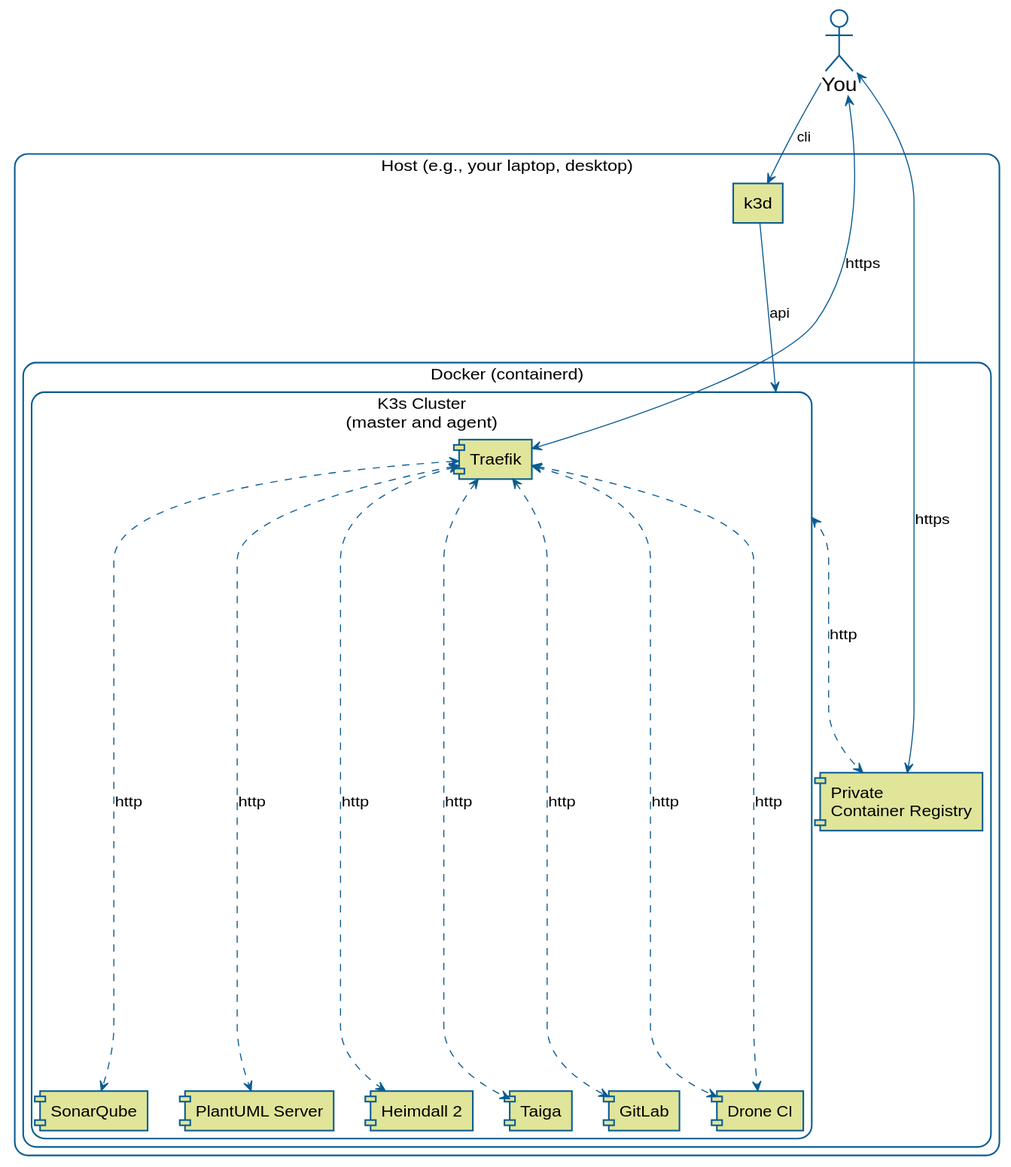
Before: diagrams/deployment.svg, a diagram exported from PlantUML (nemonik/hands-on-DevOps-gen2).
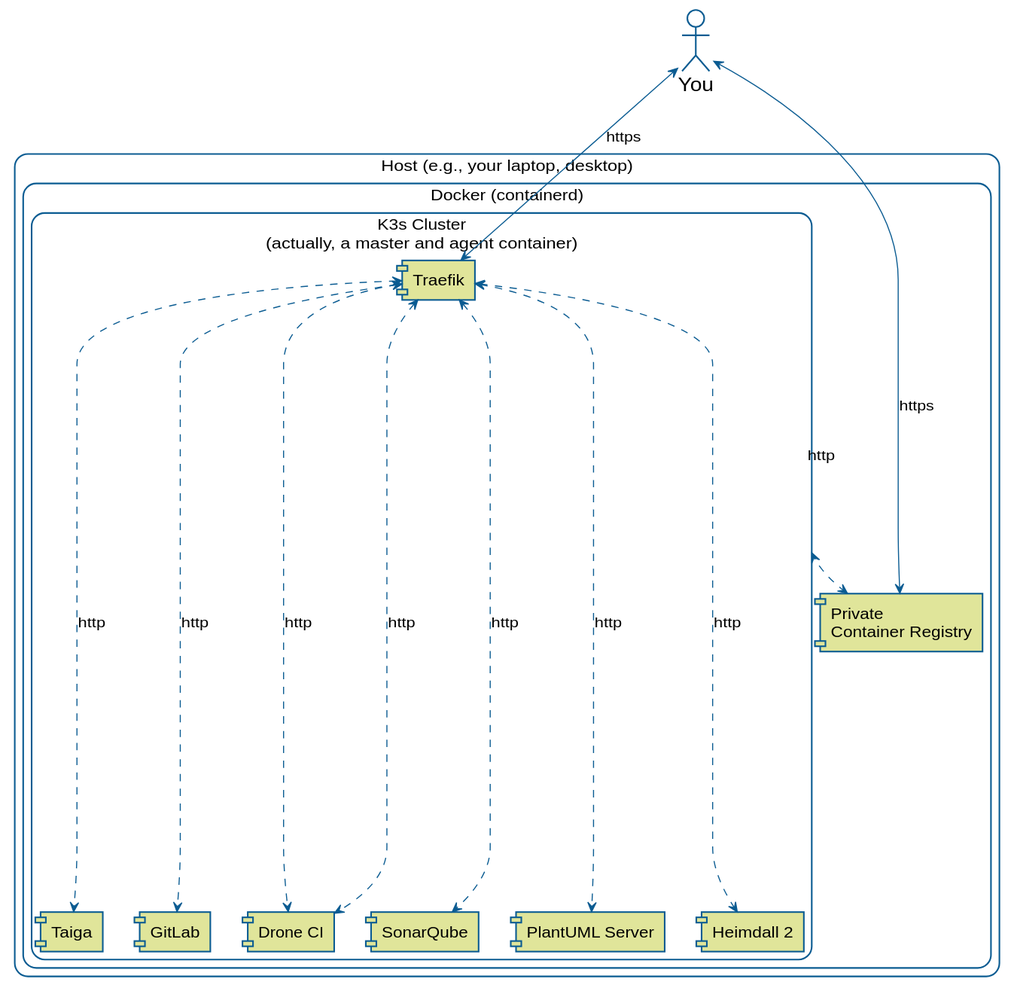
After the commit.

Commit message:
Apply plantuml diagram changes

The edit, as a diff of the source:
```diff
@@ -54,11 +54,11 @@
 
 actor "You" as you
 
-rectangle "Host (e.g., your laptop, desktop)" {
+rectangle "Host (e.g., your laptop, desktop)" as host {
 
   rectangle "Docker (containerd)" {
 
-    rectangle "K3s Cluster\n(master and agent)" as k3s {
+    rectangle "K3s Cluster\n(actually, a master and agent container)" as k3s {
       component "Traefik" as traefik
       component "Taiga" as taiga
       component "GitLab" as gitlab
@@ -66,15 +66,12 @@
       component "SonarQube" as sonarqube
       component "PlantUML Server" as plantuml_server
       component "Heimdall 2" as heimdall2
+
     }
 
     component "Private\nContainer Registry" as private_registry
   }
-
-  agent "k3d" as k3d
 }
-
-
 
 traefik <.[#0B5C92]d.> gitlab : http
 traefik <.[#0B5C92]d.> drone : http
@@ -89,7 +86,4 @@
 you <-[#0B5C92]d-> private_registry : https
 you <-[#0B5C92]d-> traefik : https
 
-you -[#0B5C92]d-> k3d : cli
-k3d -[#0B5C92]d-> k3s : api
-
 @enduml
```
